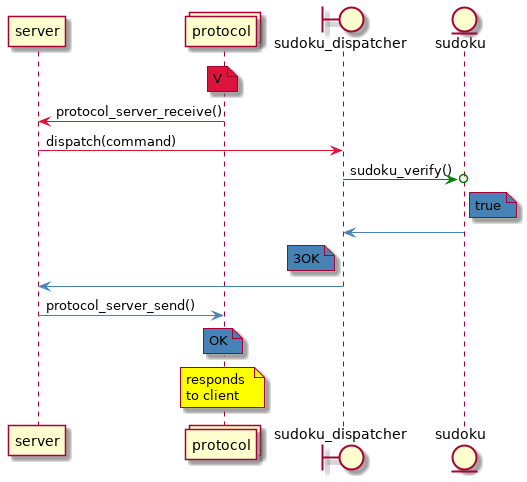
FdelMazo/7542-Taller1 keeps this PlantUML diagram as TP1/diagrams/server.png. Above is the earlier version.
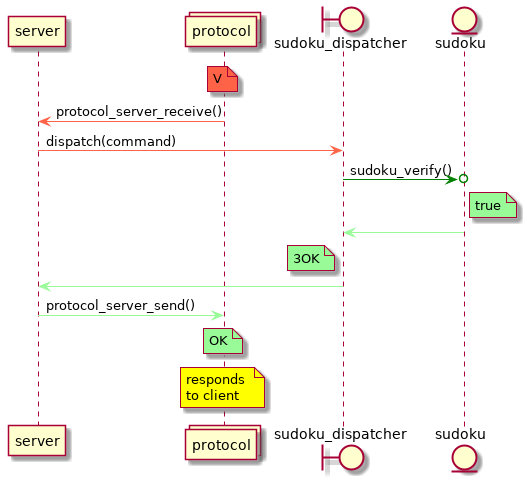
The same diagram one commit later.

The edit, as a diff of the source:
```diff
@@ -4,19 +4,19 @@
 boundary sudoku_dispatcher
 entity sudoku
 
-note over protocol #Crimson: V
-server <[#Crimson]-protocol: protocol_server_receive()
-server-[#Crimson]>sudoku_dispatcher : dispatch(command)
+note over protocol #tomato: V
+server <[#tomato]-protocol: protocol_server_receive()
+server-[#tomato]>sudoku_dispatcher : dispatch(command)
 sudoku_dispatcher-[#green]>o sudoku : sudoku_verify()
 
-note right sudoku #SteelBlue: true
-sudoku_dispatcher <[#SteelBlue]- sudoku
+note right sudoku #palegreen: true
+sudoku_dispatcher <[#palegreen]- sudoku
 
-note left sudoku_dispatcher #SteelBlue: 3OK
-sudoku_dispatcher-[#SteelBlue]>server
+note left sudoku_dispatcher #palegreen: 3OK
+sudoku_dispatcher-[#palegreen]>server
 
-server -[#SteelBlue]>protocol: protocol_server_send()
-note over protocol #SteelBlue: OK
+server -[#palegreen]>protocol: protocol_server_send()
+note over protocol #palegreen: OK
 note over protocol #yellow: responds \nto client
 
 @enduml
```
